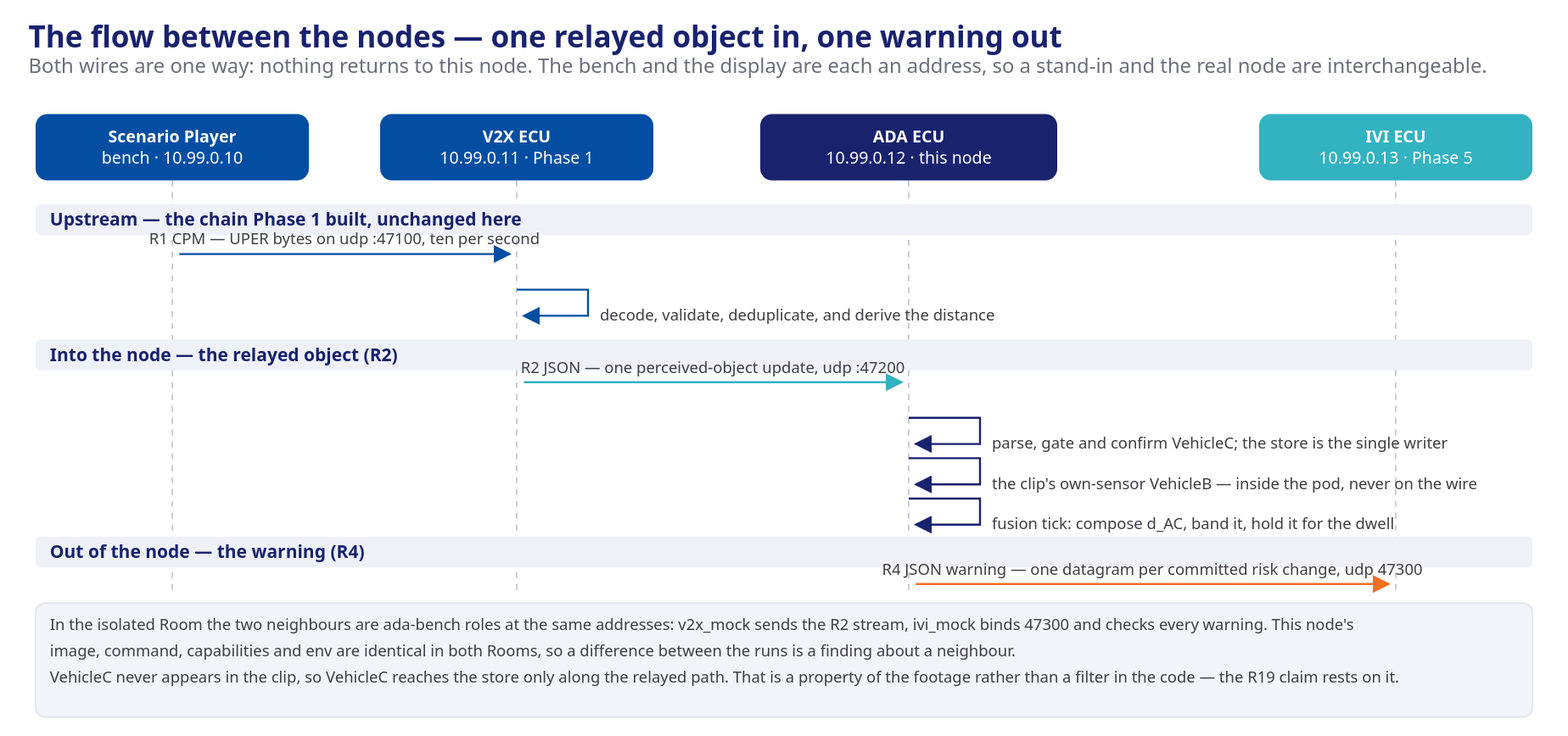
Above: presentation/assets/phase2-4-ada-callflow-nodes.svg in mnpham2101/FPT-Hackathon2026 (draw.io), before the change. Source tidied: cells renumbered, new cells last; positions are measured from the earlier drawing's top-left corner, leaving out a move shared by most shapes.
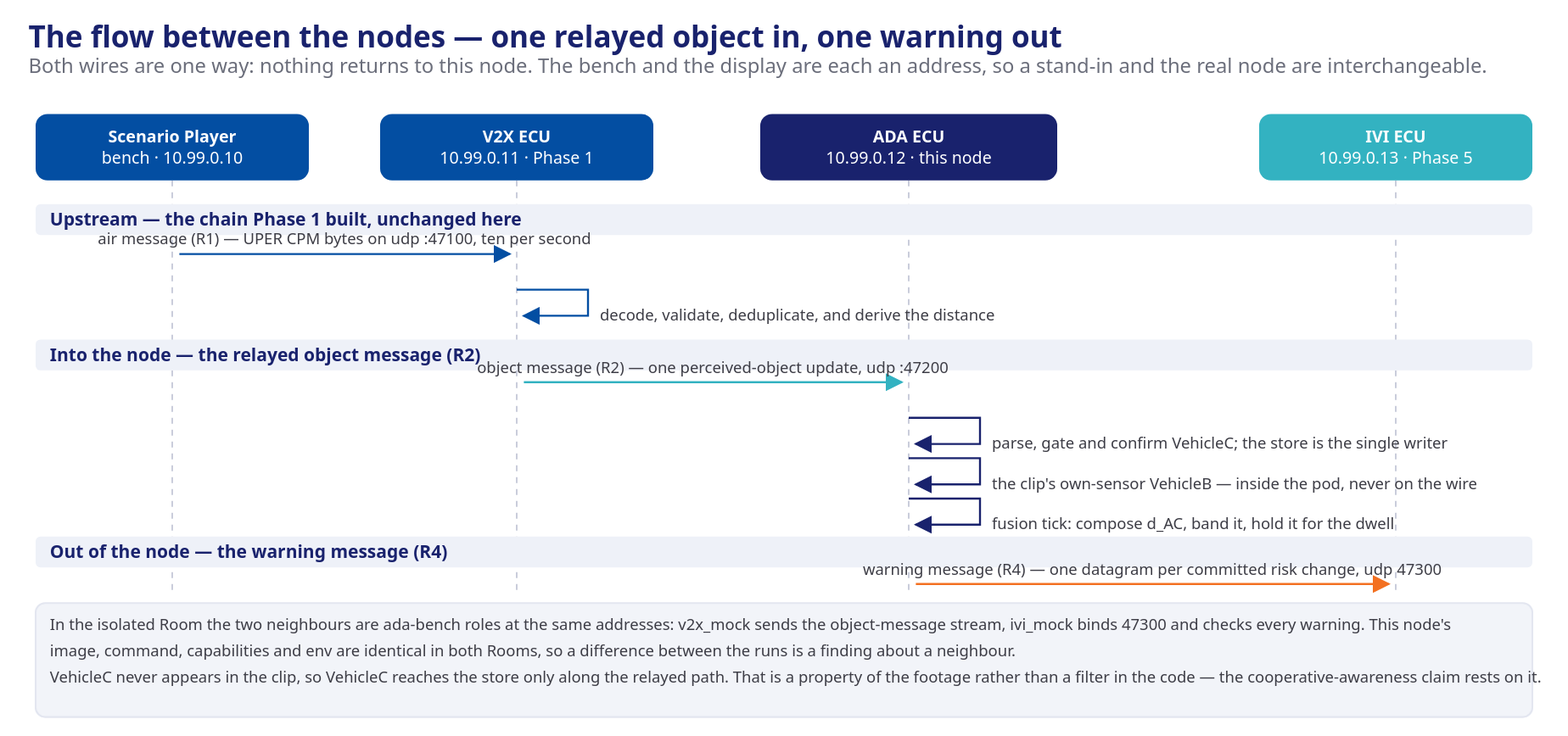
Later version of the same file.

The edit, as a diff of the source:
```diff
@@ -35,13 +35,13 @@
     <mxCell id="12" value="Upstream — the chain Phase 1 built, unchanged here" style="rounded=1;arcSize=15;html=1;fillColor=#eef1f8;strokeColor=none;fontColor=#19226D;fontSize=15.0;fontStyle=1;align=left;spacingLeft=12;verticalAlign=middle;" parent="1" vertex="1">
       <mxGeometry x="6" y="142" width="1260" height="26" as="geometry" />
     </mxCell>
-    <mxCell id="13" value="Into the node — the relayed object (R2)" style="rounded=1;arcSize=15;html=1;fillColor=#eef1f8;strokeColor=none;fontColor=#19226D;fontSize=15.0;fontStyle=1;align=left;spacingLeft=12;verticalAlign=middle;" parent="1" vertex="1">
+    <mxCell id="13" value="Into the node — the relayed object message (R2)" style="rounded=1;arcSize=15;html=1;fillColor=#eef1f8;strokeColor=none;fontColor=#19226D;fontSize=15.0;fontStyle=1;align=left;spacingLeft=12;verticalAlign=middle;" parent="1" vertex="1">
       <mxGeometry x="6" y="256" width="1260" height="26" as="geometry" />
     </mxCell>
-    <mxCell id="14" value="Out of the node — the warning (R4)" style="rounded=1;arcSize=15;html=1;fillColor=#eef1f8;strokeColor=none;fontColor=#19226D;fontSize=15.0;fontStyle=1;align=left;spacingLeft=12;verticalAlign=middle;" parent="1" vertex="1">
+    <mxCell id="14" value="Out of the node — the warning message (R4)" style="rounded=1;arcSize=15;html=1;fillColor=#eef1f8;strokeColor=none;fontColor=#19226D;fontSize=15.0;fontStyle=1;align=left;spacingLeft=12;verticalAlign=middle;" parent="1" vertex="1">
       <mxGeometry x="6" y="422" width="1260" height="26" as="geometry" />
     </mxCell>
-    <mxCell id="15" value="R1 CPM — UPER bytes on udp :47100, ten per second" style="edgeStyle=orthogonalEdgeStyle;rounded=0;html=1;endArrow=block;endFill=1;strokeColor=#034EA2;strokeWidth=1.7;fontSize=13.2;fontColor=#3d3d46;verticalAlign=bottom;" parent="1" edge="1">
+    <mxCell id="15" value="air message (R1) — UPER CPM bytes on udp :47100, ten per second" style="edgeStyle=orthogonalEdgeStyle;rounded=0;html=1;endArrow=block;endFill=1;strokeColor=#034EA2;strokeWidth=1.7;fontSize=13.2;fontColor=#3d3d46;verticalAlign=bottom;" parent="1" edge="1">
       <mxGeometry relative="1" as="geometry">
         <mxPoint x="127" y="184" as="sourcePoint" />
         <mxPoint x="405" y="184" as="targetPoint" />
@@ -60,7 +60,7 @@
     <mxCell id="17" value="decode, validate, deduplicate, and derive the distance" style="text;html=1;align=left;verticalAlign=middle;fontSize=13.2;fontColor=#3d3d46;" parent="1" vertex="1">
       <mxGeometry x="481" y="228" width="460" height="16" as="geometry" />
     </mxCell>
-    <mxCell id="18" value="R2 JSON — one perceived-object update, udp :47200" style="edgeStyle=orthogonalEdgeStyle;rounded=0;html=1;endArrow=block;endFill=1;strokeColor=#33B2C1;strokeWidth=1.7;fontSize=13.2;fontColor=#3d3d46;verticalAlign=bottom;" parent="1" edge="1">
+    <mxCell id="18" value="object message (R2) — one perceived-object update, udp :47200" style="edgeStyle=orthogonalEdgeStyle;rounded=0;html=1;endArrow=block;endFill=1;strokeColor=#33B2C1;strokeWidth=1.7;fontSize=13.2;fontColor=#3d3d46;verticalAlign=bottom;" parent="1" edge="1">
       <mxGeometry relative="1" as="geometry">
         <mxPoint x="417" y="292" as="sourcePoint" />
         <mxPoint x="735" y="292" as="targetPoint" />
@@ -105,7 +105,7 @@
     <mxCell id="24" value="fusion tick: compose d_AC, band it, hold it for the dwell" style="text;html=1;align=left;verticalAlign=middle;fontSize=13.2;fontColor=#3d3d46;" parent="1" vertex="1">
       <mxGeometry x="811" y="404" width="460" height="16" as="geometry" />
     </mxCell>
-    <mxCell id="25" value="R4 JSON warning — one datagram per committed risk change, udp 47300" style="edgeStyle=orthogonalEdgeStyle;rounded=0;html=1;endArrow=block;endFill=1;strokeColor=#F37021;strokeWidth=1.7;fontSize=13.2;fontColor=#3d3d46;verticalAlign=bottom;" parent="1" edge="1">
+    <mxCell id="25" value="warning message (R4) — one datagram per committed risk change, udp 47300" style="edgeStyle=orthogonalEdgeStyle;rounded=0;html=1;endArrow=block;endFill=1;strokeColor=#F37021;strokeWidth=1.7;fontSize=13.2;fontColor=#3d3d46;verticalAlign=bottom;" parent="1" edge="1">
       <mxGeometry relative="1" as="geometry">
         <mxPoint x="747" y="462" as="sourcePoint" />
         <mxPoint x="1145" y="462" as="targetPoint" />
@@ -114,13 +114,13 @@
     <mxCell id="26" style="rounded=1;arcSize=8;html=1;fillColor=#f2f4f9;strokeColor=#e3e6f0;strokeWidth=1.5;" parent="1" vertex="1">
       <mxGeometry x="6" y="478" width="1260" height="96" as="geometry" />
     </mxCell>
-    <mxCell id="27" value="In the isolated Room the two neighbours are ada-bench roles at the same addresses: v2x_mock sends the R2 stream, ivi_mock binds 47300 and checks every warning. This node's" style="text;html=1;align=left;verticalAlign=middle;fontSize=13.2;fontColor=#3d3d46;" parent="1" vertex="1">
+    <mxCell id="27" value="In the isolated Room the two neighbours are ada-bench roles at the same addresses: v2x_mock sends the object-message stream, ivi_mock binds 47300 and checks every warning. This node's" style="text;html=1;align=left;verticalAlign=middle;fontSize=13.2;fontColor=#3d3d46;" parent="1" vertex="1">
       <mxGeometry x="18" y="493" width="1230" height="16" as="geometry" />
     </mxCell>
     <mxCell id="28" value="image, command, capabilities and env are identical in both Rooms, so a difference between the runs is a finding about a neighbour." style="text;html=1;align=left;verticalAlign=middle;fontSize=13.2;fontColor=#3d3d46;" parent="1" vertex="1">
       <mxGeometry x="18" y="515" width="1230" height="16" as="geometry" />
     </mxCell>
-    <mxCell id="29" value="VehicleC never appears in the clip, so VehicleC reaches the store only along the relayed path. That is a property of the footage rather than a filter in the code — the R19 claim rests on it." style="text;html=1;align=left;verticalAlign=middle;fontSize=13.2;fontColor=#3d3d46;" parent="1" vertex="1">
+    <mxCell id="29" value="VehicleC never appears in the clip, so VehicleC reaches the store only along the relayed path. That is a property of the footage rather than a filter in the code — the cooperative-awareness claim rests on it." style="text;html=1;align=left;verticalAlign=middle;fontSize=13.2;fontColor=#3d3d46;" parent="1" vertex="1">
       <mxGeometry x="18" y="537" width="1230" height="16" as="geometry" />
     </mxCell>
   </root>
```
